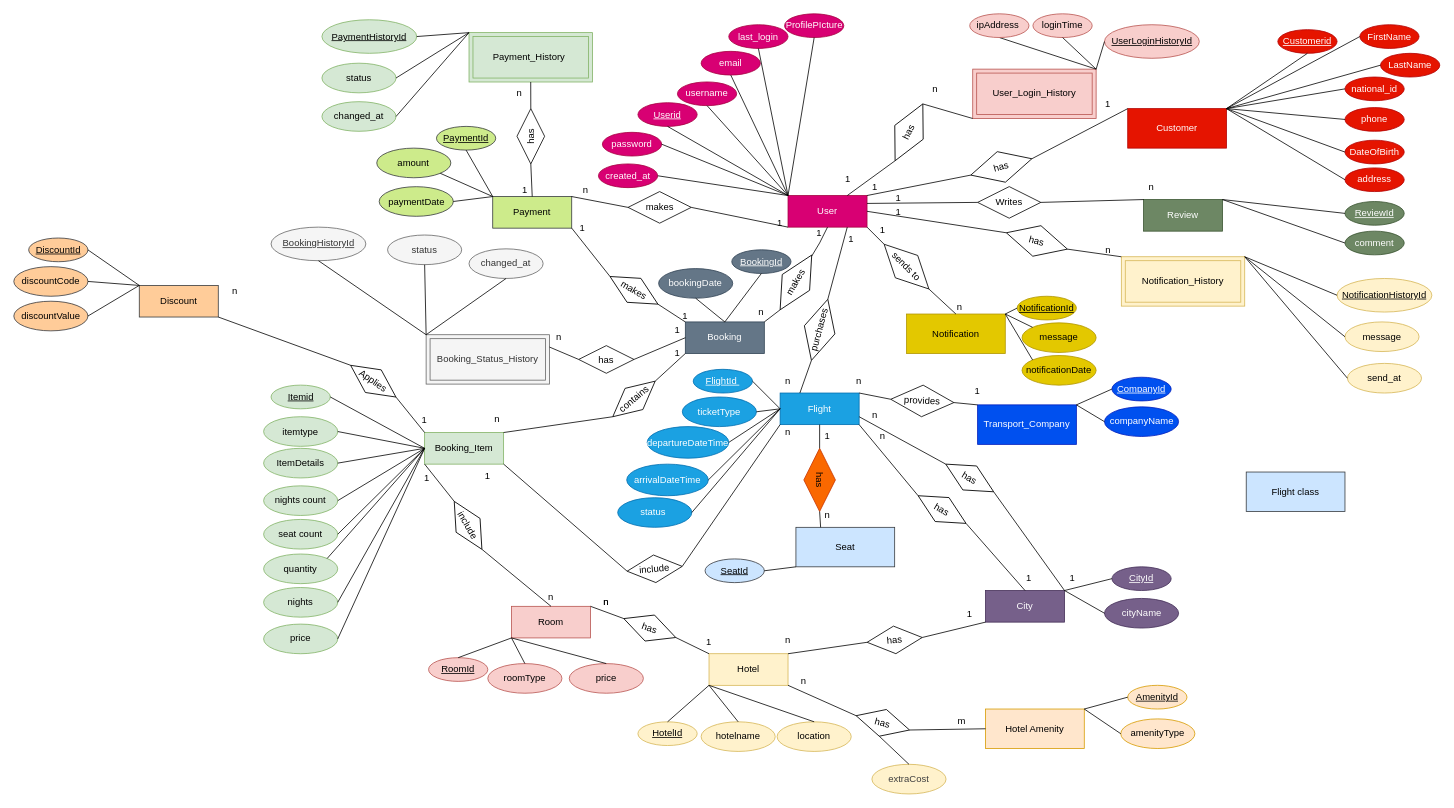
This is Gazirokh-docs/Diagrams/ER.drawio from MirHosseinAmiriNotash/Gazirokh, a draw.io file, before an edit. Source tidied: cells renumbered, new cells numbered last; positions are measured from the earlier drawing's top-left corner, leaving out a move shared by most shapes. Both pictures are drawn from the tidied source at 79%, with x=0, y=0 at pixel (13, 13).
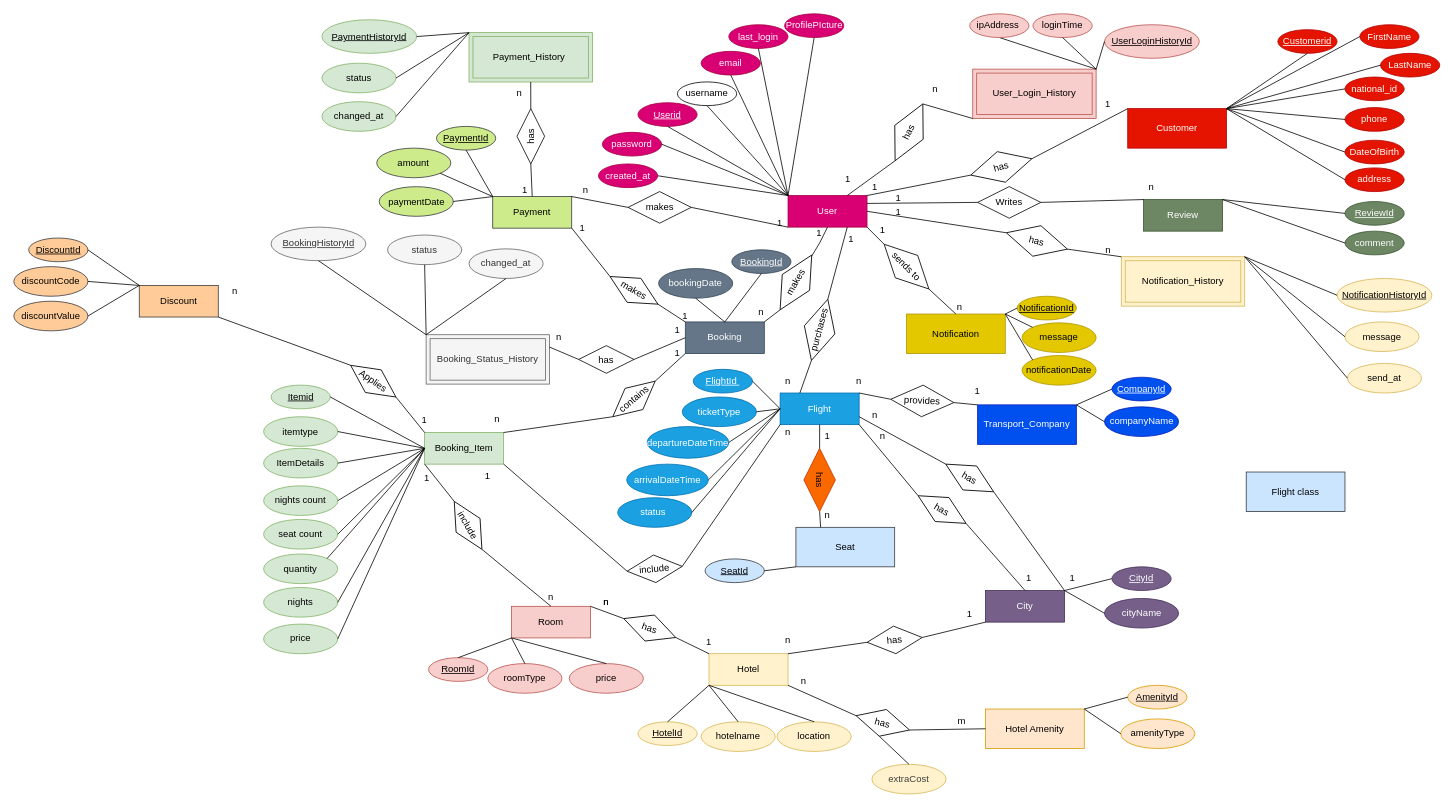
The same diagram, later.

Commit message:
change attribute color

Diff of the diagram source:
```diff
@@
-    <mxCell id="110" value="username" style="ellipse;whiteSpace=wrap;html=1;align=center;fillColor=#d80073;fontColor=#ffffff;strokeColor=#A50040;" parent="1" vertex="1">
+    <mxCell id="110" value="username" style="ellipse;whiteSpace=wrap;html=1;align=center;" parent="1" vertex="1">
       <mxGeometry x="840" y="86.2" width="75" height="30" as="geometry" />
     </mxCell>
```
